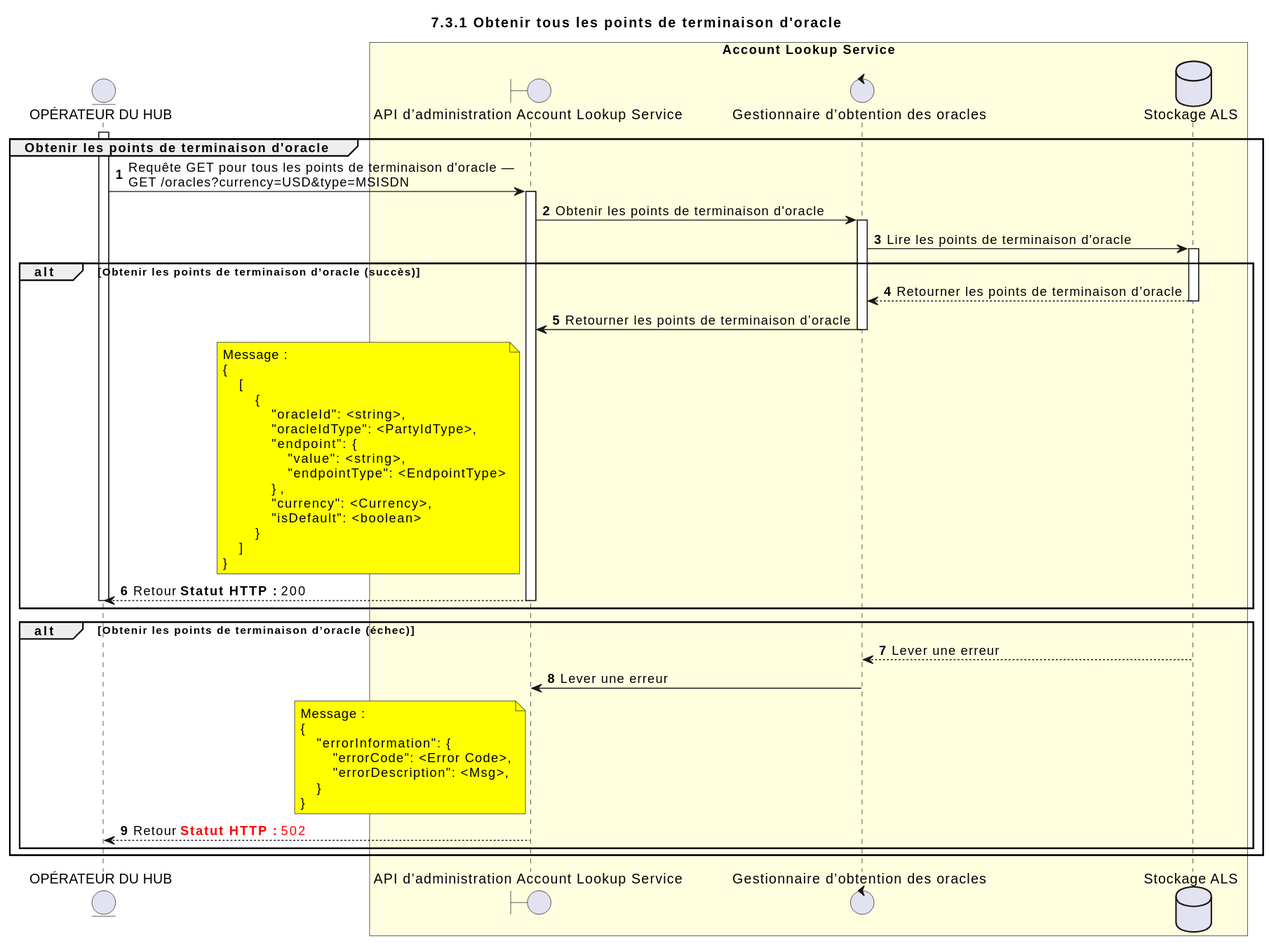
mojaloop/documentation keeps this PlantUML diagram as docs/fr/technical/technical/account-lookup-service/assets/diagrams/sequence/seq-acct-lookup-admin-get-oracle-7.3.1.svg. Above is the earlier version. Its source is kept beside it as docs/fr/technical/technical/account-lookup-service/assets/diagrams/sequence/seq-acct-lookup-admin-get-oracle-7.3.1.puml.
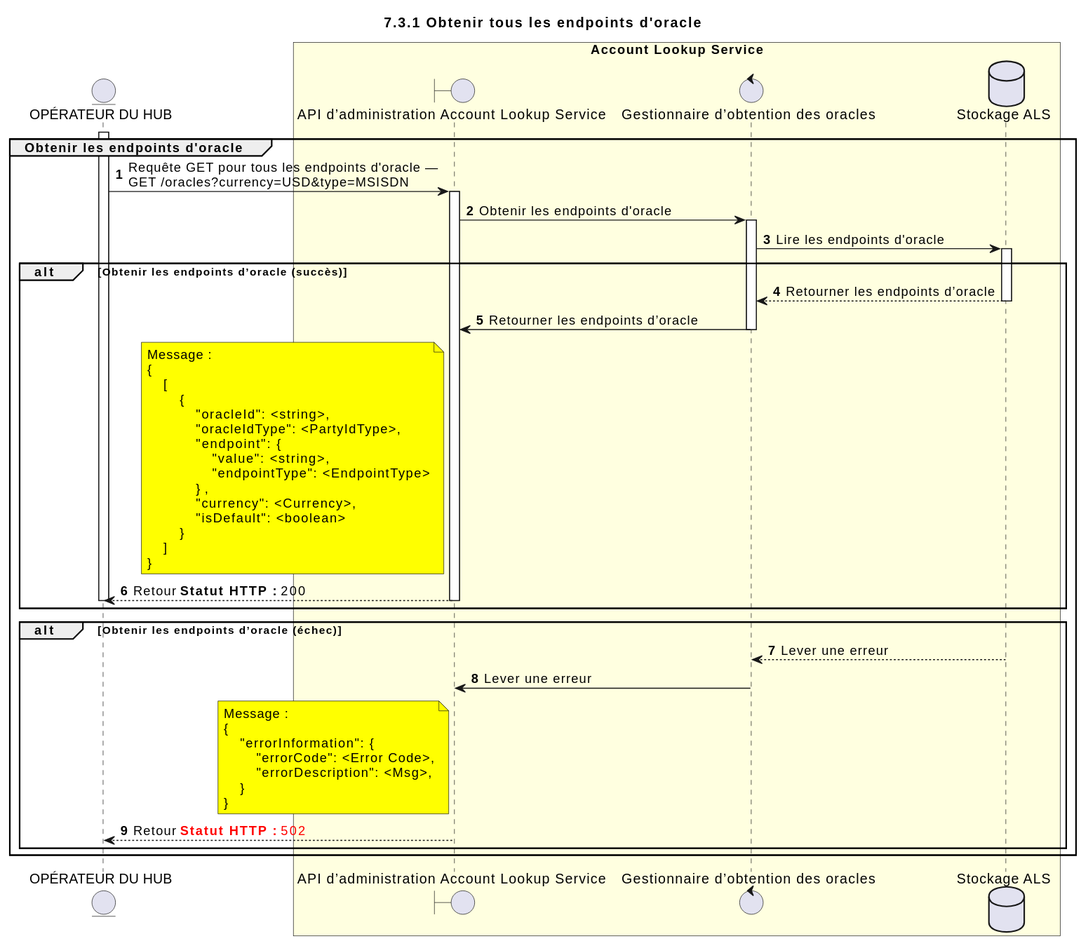
The same file after the commit.

Diff of the diagram source:
```diff
@@ -1,5 +1,5 @@
 @startuml
-title 7.3.1 Obtenir tous les points de terminaison d'oracle
+title 7.3.1 Obtenir tous les endpoints d'oracle
 
 autonumber
 
@@ -18,21 +18,21 @@
 
 
 activate OPERATOR
-group Obtenir les points de terminaison d'oracle
-  OPERATOR -> ALSADM: Requête GET pour tous les points de terminaison d'oracle —\nGET /oracles?currency=USD&type=MSISDN
+group Obtenir les endpoints d'oracle
+  OPERATOR -> ALSADM: Requête GET pour tous les endpoints d'oracle —\nGET /oracles?currency=USD&type=MSISDN
   activate ALSADM
 
-  ALSADM -> ORC_HANDLER: Obtenir les points de terminaison d'oracle
+  ALSADM -> ORC_HANDLER: Obtenir les endpoints d'oracle
   activate ORC_HANDLER
-  ORC_HANDLER -> DB: Lire les points de terminaison d'oracle
+  ORC_HANDLER -> DB: Lire les endpoints d'oracle
   activate DB
 
-  alt Obtenir les points de terminaison d’oracle (succès)
-    DB --> ORC_HANDLER: Retourner les points de terminaison d’oracle
+  alt Obtenir les endpoints d’oracle (succès)
+    DB --> ORC_HANDLER: Retourner les endpoints d’oracle
     deactivate DB
 
     deactivate DB
-    ORC_HANDLER -> ALSADM: Retourner les points de terminaison d’oracle
+    ORC_HANDLER -> ALSADM: Retourner les endpoints d’oracle
     deactivate ORC_HANDLER
     note left of ALSADM #yellow
         Message :
@@ -57,7 +57,7 @@
     deactivate OPERATOR
   end
 
-  alt Obtenir les points de terminaison d’oracle (échec)
+  alt Obtenir les endpoints d’oracle (échec)
     DB --> ORC_HANDLER: Lever une erreur
     deactivate DB
     ORC_HANDLER -> ALSADM: Lever une erreur
```
